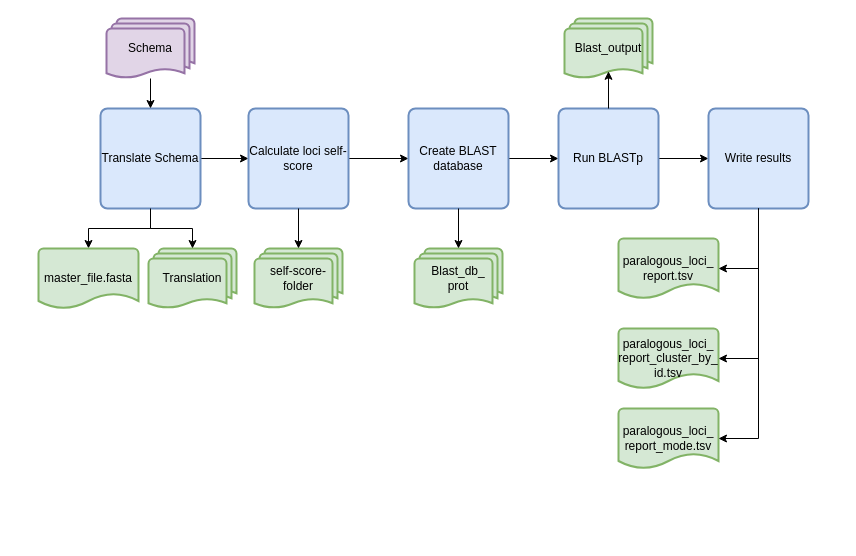
Earlier version of the draw.io diagram SchemaRefinery/docs/user/modules/source/paralagous_loci.drawio (B-UMMI/Schema_Refinery). Source tidied: cells renumbered, new cells numbered last; positions are measured from the earlier drawing's top-left corner, leaving out a move shared by most shapes. Both pictures are drawn from the tidied source at 100%, with x=0, y=0 at pixel (38, 18).
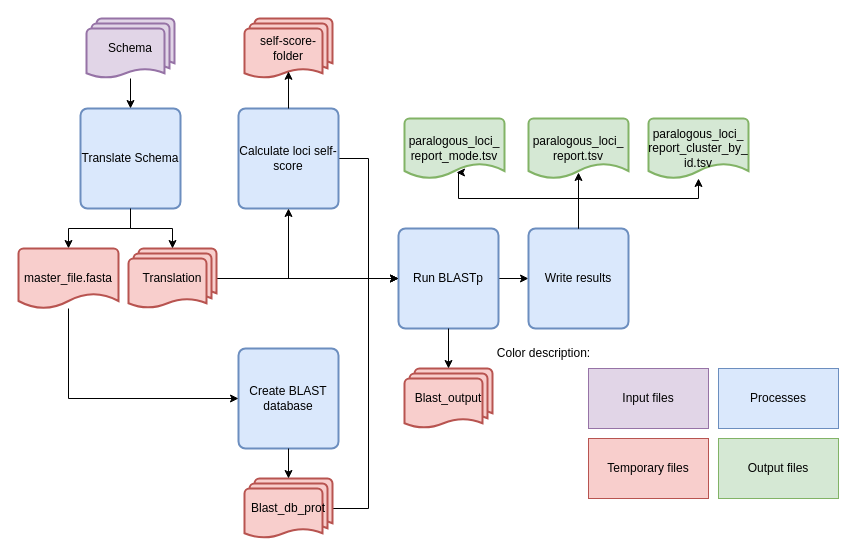
After the change.

What changed in the source:
```diff
@@
-    <mxCell id="2" style="edgeStyle=orthogonalEdgeStyle;rounded=0;jettySize=auto;html=1;entryX=0;entryY=0.5;entryDx=0;entryDy=0;" parent="1" edge="1" source="4" target="8">
-      <mxGeometry relative="1" as="geometry" />
-    </mxCell>
@@
     <mxCell id="4" value="Translate Schema" style="rounded=1;whiteSpace=wrap;html=1;absoluteArcSize=1;arcSize=14;strokeWidth=2;fillColor=#dae8fc;strokeColor=#6c8ebf;" parent="1" vertex="1">
-      <mxGeometry x="62" y="90" width="100" height="100" as="geometry" />
+      <mxGeometry x="42" y="90" width="100" height="100" as="geometry" />
     </mxCell>
@@
     <mxCell id="6" value="Schema" style="strokeWidth=2;html=1;shape=mxgraph.flowchart.multi-document;whiteSpace=wrap;fillColor=#e1d5e7;strokeColor=#9673a6;" parent="1" vertex="1">
-      <mxGeometry x="68" width="88" height="60" as="geometry" />
+      <mxGeometry x="48" width="88" height="60" as="geometry" />
     </mxCell>
-    <mxCell id="7" style="edgeStyle=orthogonalEdgeStyle;rounded=0;jettySize=auto;html=1;entryX=0;entryY=0.5;entryDx=0;entryDy=0;" parent="1" edge="1" source="8" target="10">
-      <mxGeometry relative="1" as="geometry" />
-    </mxCell>
+    <mxCell id="29" style="edgeStyle=orthogonalEdgeStyle;rounded=0;jettySize=auto;html=1;entryX=0;entryY=0.5;entryDx=0;entryDy=0;" parent="1" edge="1" source="8" target="12">
+      <mxGeometry relative="1" as="geometry">
+        <Array as="points">
+          <mxPoint x="330" y="140" />
+          <mxPoint x="330" y="260" />
+        </Array>
+      </mxGeometry>
+    </mxCell>
     <mxCell id="8" value="Calculate loci self-score" style="rounded=1;whiteSpace=wrap;html=1;absoluteArcSize=1;arcSize=14;strokeWidth=2;fillColor=#dae8fc;strokeColor=#6c8ebf;" parent="1" vertex="1">
-      <mxGeometry x="210" y="90" width="100" height="100" as="geometry" />
+      <mxGeometry x="200" y="90" width="100" height="100" as="geometry" />
     </mxCell>
-    <mxCell id="9" style="edgeStyle=orthogonalEdgeStyle;rounded=0;jettySize=auto;html=1;entryX=0;entryY=0.5;entryDx=0;entryDy=0;" parent="1" edge="1" source="10" target="12">
-      <mxGeometry relative="1" as="geometry" />
-    </mxCell>
     <mxCell id="10" value="Create BLAST database" style="rounded=1;whiteSpace=wrap;html=1;absoluteArcSize=1;arcSize=14;strokeWidth=2;fillColor=#dae8fc;strokeColor=#6c8ebf;" parent="1" vertex="1">
-      <mxGeometry x="370" y="90" width="100" height="100" as="geometry" />
+      <mxGeometry x="200" y="330" width="100" height="100" as="geometry" />
     </mxCell>
-    <mxCell id="11" style="edgeStyle=orthogonalEdgeStyle;rounded=0;jettySize=auto;html=1;entryX=0;entryY=0.5;entryDx=0;entryDy=0;" parent="1" edge="1" source="12" target="13">
+    <mxCell id="11" style="edgeStyle=orthogonalEdgeStyle;rounded=0;jettySize=auto;html=1;" parent="1" edge="1" source="12" target="13">
       <mxGeometry relative="1" as="geometry" />
     </mxCell>
     <mxCell id="12" value="Run BLASTp" style="rounded=1;whiteSpace=wrap;html=1;absoluteArcSize=1;arcSize=14;strokeWidth=2;fillColor=#dae8fc;strokeColor=#6c8ebf;" parent="1" vertex="1">
-      <mxGeometry x="520" y="90" width="100" height="100" as="geometry" />
+      <mxGeometry x="360" y="210" width="100" height="100" as="geometry" />
     </mxCell>
+    <mxCell id="27" style="edgeStyle=orthogonalEdgeStyle;rounded=0;jettySize=auto;html=1;" parent="1" edge="1" source="13" target="24">
+      <mxGeometry relative="1" as="geometry">
+        <Array as="points">
+          <mxPoint x="540" y="180" />
+          <mxPoint x="660" y="180" />
+        </Array>
+      </mxGeometry>
+    </mxCell>
     <mxCell id="13" value="Write results" style="rounded=1;whiteSpace=wrap;html=1;absoluteArcSize=1;arcSize=14;strokeWidth=2;fillColor=#dae8fc;strokeColor=#6c8ebf;" parent="1" vertex="1">
-      <mxGeometry x="670" y="90" width="100" height="100" as="geometry" />
+      <mxGeometry x="490" y="210" width="100" height="100" as="geometry" />
     </mxCell>
+    <mxCell id="30" style="edgeStyle=orthogonalEdgeStyle;rounded=0;jettySize=auto;html=1;entryX=0.5;entryY=1;entryDx=0;entryDy=0;" parent="1" edge="1" source="14" target="8">
+      <mxGeometry relative="1" as="geometry" />
+    </mxCell>
+    <mxCell id="31" style="edgeStyle=orthogonalEdgeStyle;rounded=0;jettySize=auto;html=1;entryX=0;entryY=0.5;entryDx=0;entryDy=0;" parent="1" edge="1" source="14" target="12">
+      <mxGeometry relative="1" as="geometry" />
+    </mxCell>
-    <mxCell id="14" value="Translation" style="strokeWidth=2;html=1;shape=mxgraph.flowchart.multi-document;whiteSpace=wrap;fillColor=#d5e8d4;strokeColor=#82b366;" parent="1" vertex="1">
-      <mxGeometry x="110" y="230" width="88" height="60" as="geometry" />
+    <mxCell id="14" value="Translation" style="strokeWidth=2;html=1;shape=mxgraph.flowchart.multi-document;whiteSpace=wrap;fillColor=#f8cecc;strokeColor=#b85450;" parent="1" vertex="1">
+      <mxGeometry x="90" y="230" width="88" height="60" as="geometry" />
     </mxCell>
@@
-    <mxCell id="16" value="self-score-&lt;div&gt;folder&lt;/div&gt;" style="strokeWidth=2;html=1;shape=mxgraph.flowchart.multi-document;whiteSpace=wrap;fillColor=#d5e8d4;strokeColor=#82b366;" parent="1" vertex="1">
-      <mxGeometry x="216" y="230" width="88" height="60" as="geometry" />
+    <mxCell id="16" value="self-score-&lt;div&gt;folder&lt;/div&gt;" style="strokeWidth=2;html=1;shape=mxgraph.flowchart.multi-document;whiteSpace=wrap;fillColor=#f8cecc;strokeColor=#b85450;" parent="1" vertex="1">
+      <mxGeometry x="206" width="88" height="60" as="geometry" />
     </mxCell>
-    <mxCell id="17" style="edgeStyle=orthogonalEdgeStyle;rounded=0;jettySize=auto;html=1;entryX=0.5;entryY=0;entryDx=0;entryDy=0;entryPerimeter=0;" parent="1" edge="1" source="8" target="16">
-      <mxGeometry relative="1" as="geometry" />
-    </mxCell>
-    <mxCell id="18" value="Blast_db_&lt;div&gt;prot&lt;/div&gt;" style="strokeWidth=2;html=1;shape=mxgraph.flowchart.multi-document;whiteSpace=wrap;fillColor=#d5e8d4;strokeColor=#82b366;" parent="1" vertex="1">
-      <mxGeometry x="376" y="230" width="88" height="60" as="geometry" />
-    </mxCell>
-    <mxCell id="19" style="edgeStyle=orthogonalEdgeStyle;rounded=0;jettySize=auto;html=1;entryX=0.5;entryY=0;entryDx=0;entryDy=0;entryPerimeter=0;" parent="1" edge="1" source="10" target="18">
-      <mxGeometry relative="1" as="geometry" />
-    </mxCell>
+    <mxCell id="32" style="edgeStyle=orthogonalEdgeStyle;rounded=0;jettySize=auto;html=1;entryX=0;entryY=0.5;entryDx=0;entryDy=0;" parent="1" edge="1" source="20" target="10">
+      <mxGeometry relative="1" as="geometry">
+        <Array as="points">
+          <mxPoint x="30" y="380" />
+        </Array>
+      </mxGeometry>
+    </mxCell>
-    <mxCell id="20" value="master_file.fasta" style="strokeWidth=2;html=1;shape=mxgraph.flowchart.document2;whiteSpace=wrap;size=0.25;fillColor=#d5e8d4;strokeColor=#82b366;" parent="1" vertex="1">
-      <mxGeometry y="230" width="100" height="60" as="geometry" />
+    <mxCell id="20" value="master_file.fasta" style="strokeWidth=2;html=1;shape=mxgraph.flowchart.document2;whiteSpace=wrap;size=0.25;fillColor=#f8cecc;strokeColor=#b85450;" parent="1" vertex="1">
+      <mxGeometry x="-20" y="230" width="100" height="60" as="geometry" />
     </mxCell>
-    <mxCell id="21" value="Blast_output" style="strokeWidth=2;html=1;shape=mxgraph.flowchart.multi-document;whiteSpace=wrap;fillColor=#d5e8d4;strokeColor=#82b366;" parent="1" vertex="1">
-      <mxGeometry x="526" width="88" height="60" as="geometry" />
+    <mxCell id="21" value="Blast_output" style="strokeWidth=2;html=1;shape=mxgraph.flowchart.multi-document;whiteSpace=wrap;fillColor=#f8cecc;strokeColor=#b85450;" parent="1" vertex="1">
+      <mxGeometry x="366" y="350" width="88" height="60" as="geometry" />
     </mxCell>
     <mxCell id="22" value="paralogous_loci_&lt;div&gt;report.tsv&lt;/div&gt;" style="strokeWidth=2;html=1;shape=mxgraph.flowchart.document2;whiteSpace=wrap;size=0.25;fillColor=#d5e8d4;strokeColor=#82b366;" parent="1" vertex="1">
-      <mxGeometry x="580" y="220" width="100" height="60" as="geometry" />
+      <mxGeometry x="490" y="100" width="100" height="60" as="geometry" />
     </mxCell>
-    <mxCell id="23" style="edgeStyle=orthogonalEdgeStyle;rounded=0;jettySize=auto;html=1;entryX=0.5;entryY=0.88;entryDx=0;entryDy=0;entryPerimeter=0;" parent="1" edge="1" source="12" target="21">
-      <mxGeometry relative="1" as="geometry" />
-    </mxCell>
     <mxCell id="24" value="paralogous_loci_&lt;div&gt;report_cluster_&lt;span style=&quot;background-color: initial;&quot;&gt;by_&lt;/span&gt;&lt;/div&gt;&lt;div&gt;&lt;span style=&quot;background-color: initial;&quot;&gt;id.&lt;/span&gt;&lt;span style=&quot;background-color: initial;&quot;&gt;tsv&lt;/span&gt;&lt;/div&gt;" style="strokeWidth=2;html=1;shape=mxgraph.flowchart.document2;whiteSpace=wrap;size=0.25;fillColor=#d5e8d4;strokeColor=#82b366;" parent="1" vertex="1">
-      <mxGeometry x="580" y="310" width="100" height="60" as="geometry" />
+      <mxGeometry x="610" y="100" width="100" height="60" as="geometry" />
     </mxCell>
     <mxCell id="25" value="paralogous_loci_&lt;div&gt;report_mode.tsv&lt;/div&gt;" style="strokeWidth=2;html=1;shape=mxgraph.flowchart.document2;whiteSpace=wrap;size=0.25;fillColor=#d5e8d4;strokeColor=#82b366;" parent="1" vertex="1">
-      <mxGeometry x="580" y="390" width="100" height="60" as="geometry" />
+      <mxGeometry x="366" y="100" width="100" height="60" as="geometry" />
     </mxCell>
+    <mxCell id="17" style="edgeStyle=orthogonalEdgeStyle;rounded=0;jettySize=auto;html=1;entryX=0.5;entryY=0.88;entryDx=0;entryDy=0;entryPerimeter=0;" parent="1" edge="1" source="8" target="16">
+      <mxGeometry relative="1" as="geometry" />
+    </mxCell>
+    <mxCell id="33" style="edgeStyle=orthogonalEdgeStyle;rounded=0;jettySize=auto;html=1;entryX=0;entryY=0.5;entryDx=0;entryDy=0;" parent="1" edge="1" source="34" target="12">
+      <mxGeometry relative="1" as="geometry">
+        <Array as="points">
+          <mxPoint x="330" y="490" />
+          <mxPoint x="330" y="260" />
+        </Array>
+      </mxGeometry>
+    </mxCell>
+    <mxCell id="34" value="Blast_db_prot" style="strokeWidth=2;html=1;shape=mxgraph.flowchart.multi-document;whiteSpace=wrap;fillColor=#f8cecc;strokeColor=#b85450;" parent="1" vertex="1">
+      <mxGeometry x="206" y="460" width="88" height="60" as="geometry" />
+    </mxCell>
+    <mxCell id="35" style="edgeStyle=orthogonalEdgeStyle;rounded=0;jettySize=auto;html=1;entryX=0.5;entryY=0;entryDx=0;entryDy=0;entryPerimeter=0;" parent="1" edge="1" source="10" target="34">
+      <mxGeometry relative="1" as="geometry" />
+    </mxCell>
+    <mxCell id="36" value="Processes" style="rounded=0;whiteSpace=wrap;html=1;fillColor=#dae8fc;strokeColor=#6c8ebf;" parent="1" vertex="1">
+      <mxGeometry x="680" y="350" width="120" height="60" as="geometry" />
+    </mxCell>
+    <mxCell id="37" value="Temporary files" style="rounded=0;whiteSpace=wrap;html=1;fillColor=#f8cecc;strokeColor=#b85450;" parent="1" vertex="1">
+      <mxGeometry x="550" y="420" width="120" height="60" as="geometry" />
+    </mxCell>
+    <mxCell id="38" value="Input files" style="rounded=0;whiteSpace=wrap;html=1;fillColor=#e1d5e7;strokeColor=#9673a6;" parent="1" vertex="1">
+      <mxGeometry x="550" y="350" width="120" height="60" as="geometry" />
+    </mxCell>
+    <mxCell id="39" value="Output files" style="rounded=0;whiteSpace=wrap;html=1;fillColor=#d5e8d4;strokeColor=#82b366;" parent="1" vertex="1">
+      <mxGeometry x="680" y="420" width="120" height="60" as="geometry" />
+    </mxCell>
+    <mxCell id="40" value="Color description:" style="text;html=1;align=center;verticalAlign=middle;strokeColor=none;fillColor=none;" parent="1" vertex="1">
+      <mxGeometry x="450" y="320" width="110" height="30" as="geometry" />
+    </mxCell>
+    <mxCell id="23" style="edgeStyle=orthogonalEdgeStyle;rounded=0;jettySize=auto;html=1;entryX=0.5;entryY=0;entryDx=0;entryDy=0;entryPerimeter=0;" parent="1" edge="1" source="12" target="21">
+      <mxGeometry relative="1" as="geometry" />
+    </mxCell>
-    <mxCell id="26" style="edgeStyle=orthogonalEdgeStyle;rounded=0;jettySize=auto;html=1;entryX=1;entryY=0.5;entryDx=0;entryDy=0;entryPerimeter=0;" parent="1" edge="1" source="13" target="25">
-      <mxGeometry relative="1" as="geometry" />
+    <mxCell id="26" style="edgeStyle=orthogonalEdgeStyle;rounded=0;jettySize=auto;html=1;entryX=0.52;entryY=0.9;entryDx=0;entryDy=0;entryPerimeter=0;" parent="1" edge="1" source="13" target="25">
+      <mxGeometry relative="1" as="geometry">
+        <Array as="points">
+          <mxPoint x="540" y="180" />
+          <mxPoint x="420" y="180" />
+          <mxPoint x="420" y="154" />
+        </Array>
+      </mxGeometry>
     </mxCell>
-    <mxCell id="27" style="edgeStyle=orthogonalEdgeStyle;rounded=0;jettySize=auto;html=1;entryX=1;entryY=0.5;entryDx=0;entryDy=0;entryPerimeter=0;" parent="1" edge="1" source="13" target="24">
-      <mxGeometry relative="1" as="geometry" />
-    </mxCell>
-    <mxCell id="28" style="edgeStyle=orthogonalEdgeStyle;rounded=0;jettySize=auto;html=1;entryX=1;entryY=0.5;entryDx=0;entryDy=0;entryPerimeter=0;" parent="1" edge="1" source="13" target="22">
+    <mxCell id="28" style="edgeStyle=orthogonalEdgeStyle;rounded=0;jettySize=auto;html=1;entryX=0.5;entryY=0.9;entryDx=0;entryDy=0;entryPerimeter=0;" parent="1" edge="1" source="13" target="22">
       <mxGeometry relative="1" as="geometry" />
     </mxCell>
```
